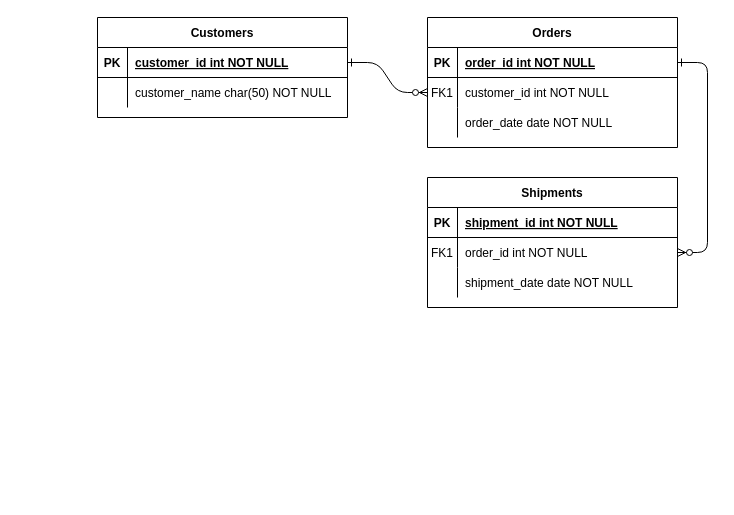
Earlier version of the draw.io diagram DER.drawio (Gabitoto/Safety_Critical_Software). Source tidied: cells renumbered, new cells numbered last; positions are measured from the earlier drawing's top-left corner, leaving out a move shared by most shapes. Both pictures are drawn from the tidied source at 100%, with x=0, y=0 at pixel (97, 17).
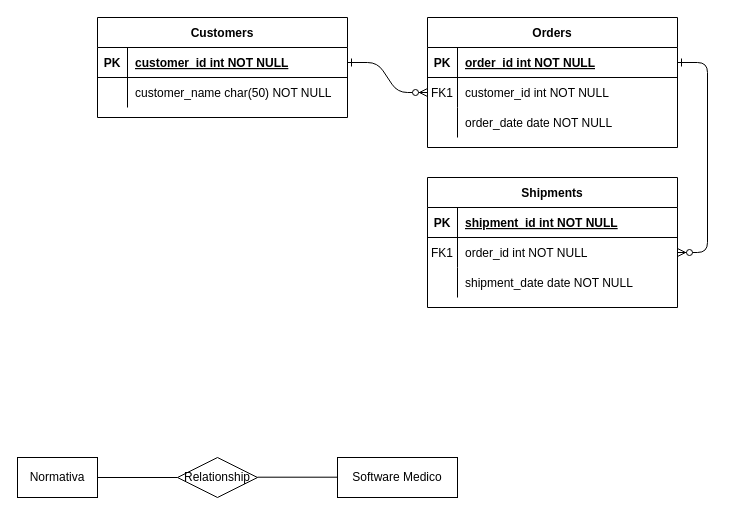
After the change.

The edit, as a diff of the source:
```diff
@@
+    <mxCell id="31" value="Normativa" style="whiteSpace=wrap;html=1;align=center;" parent="1" vertex="1">
+      <mxGeometry x="-80" y="440" width="80" height="40" as="geometry" />
+    </mxCell>
+    <mxCell id="32" value="Software Medico" style="whiteSpace=wrap;html=1;align=center;" parent="1" vertex="1">
+      <mxGeometry x="240" y="440" width="120" height="40" as="geometry" />
+    </mxCell>
+    <mxCell id="33" value="Relationship" style="shape=rhombus;perimeter=rhombusPerimeter;whiteSpace=wrap;html=1;align=center;" parent="1" vertex="1">
+      <mxGeometry x="80" y="440" width="80" height="40" as="geometry" />
+    </mxCell>
+    <mxCell id="34" style="endArrow=none;html=1;rounded=0;exitX=1;exitY=0.5;exitDx=0;exitDy=0;entryX=0;entryY=0.5;entryDx=0;entryDy=0;" parent="1" edge="1" source="31" target="33">
+      <mxGeometry relative="1" as="geometry" />
+    </mxCell>
+    <mxCell id="35" style="endArrow=none;html=1;rounded=0;exitX=1;exitY=0.5;exitDx=0;exitDy=0;entryX=0;entryY=0.5;entryDx=0;entryDy=0;" parent="1" edge="1">
+      <mxGeometry relative="1" as="geometry">
+        <mxPoint x="160" y="459.7" as="sourcePoint" />
+        <mxPoint x="240" y="459.7" as="targetPoint" />
+      </mxGeometry>
+    </mxCell>
```
